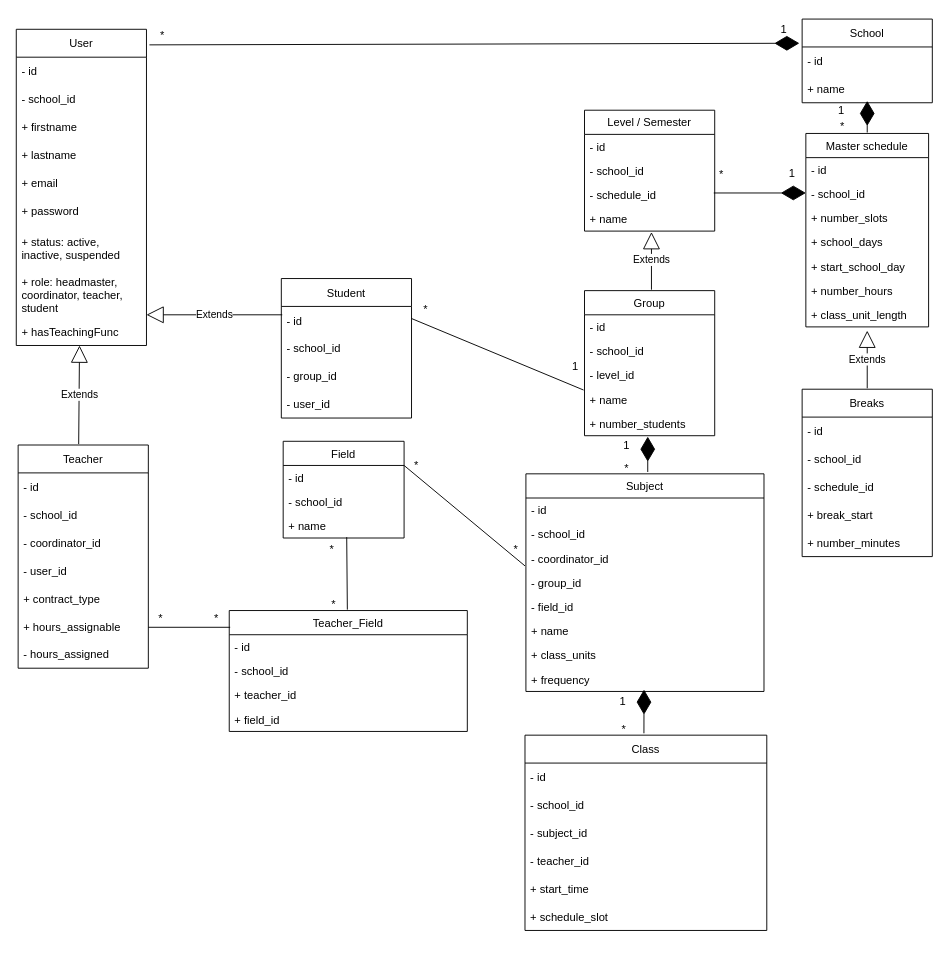
Above: stages/3_Design/entities/entities_UML.drawio in JeromeVargas/schedule_maker (draw.io), before the change. Source tidied: cells renumbered, new cells numbered last; positions are measured from the earlier drawing's top-left corner, leaving out a move shared by most shapes. Both pictures are drawn from the tidied source at 93%, with x=0, y=0 at pixel (16, 16).
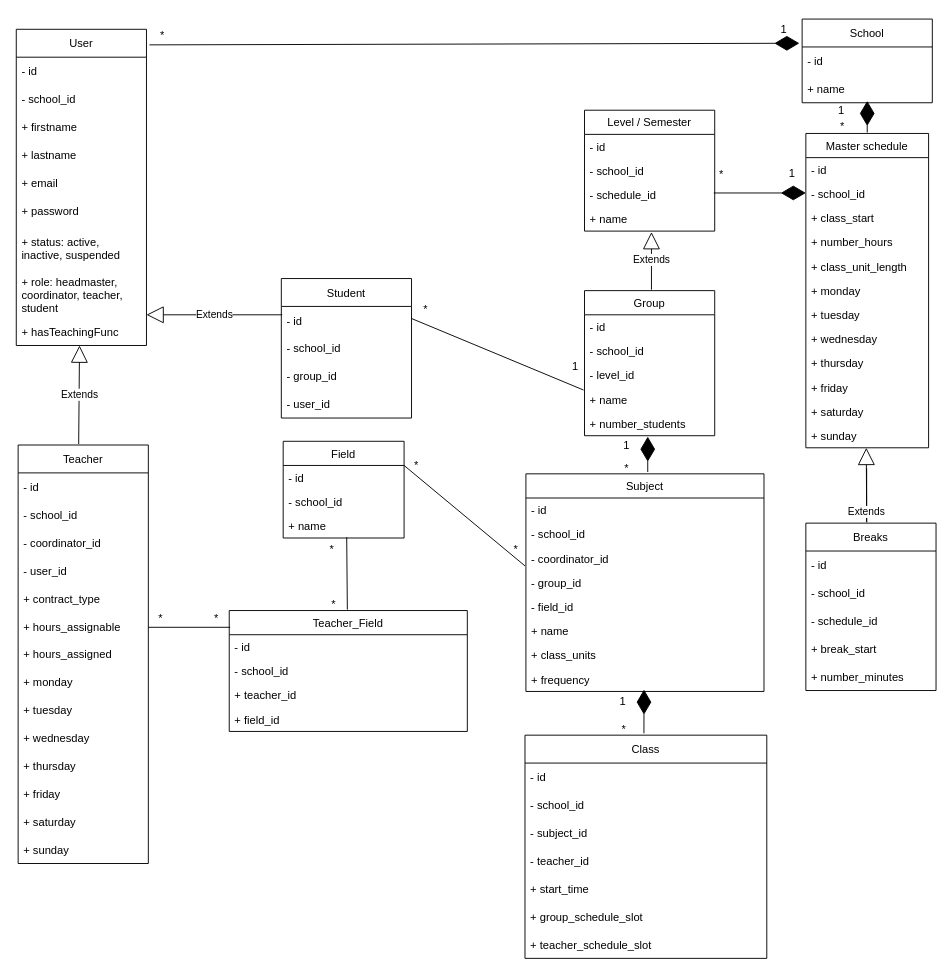
The same diagram, later.

Diff of the diagram source:
```diff
@@
     <mxCell id="16" value="Master schedule" style="swimlane;fontStyle=0;horizontal=1;startSize=26;fillColor=none;" parent="1" vertex="1">
-      <mxGeometry x="849" y="126" width="132" height="208" as="geometry" />
+      <mxGeometry x="849" y="126" width="132" height="338" as="geometry" />
     </mxCell>
@@
-    <mxCell id="19" value="+ number_slots" style="text;strokeColor=none;fillColor=none;align=left;verticalAlign=top;spacingLeft=4;spacingRight=4;overflow=hidden;" parent="16" vertex="1">
+    <mxCell id="19" value="+ class_start" style="text;strokeColor=none;fillColor=none;align=left;verticalAlign=top;spacingLeft=4;spacingRight=4;overflow=hidden;" parent="16" vertex="1">
       <mxGeometry y="78" width="132" height="26" as="geometry" />
     </mxCell>
-    <mxCell id="20" value="+ school_days" style="text;strokeColor=none;fillColor=none;align=left;verticalAlign=top;spacingLeft=4;spacingRight=4;overflow=hidden;" parent="16" vertex="1">
-      <mxGeometry y="104" width="132" height="26" as="geometry" />
-    </mxCell>
-    <mxCell id="21" value="+ start_school_day" style="text;strokeColor=none;fillColor=none;align=left;verticalAlign=top;spacingLeft=4;spacingRight=4;overflow=hidden;" parent="16" vertex="1">
-      <mxGeometry y="130" width="132" height="26" as="geometry" />
-    </mxCell>
     <mxCell id="22" value="+ number_hours" style="text;strokeColor=none;fillColor=none;align=left;verticalAlign=top;spacingLeft=4;spacingRight=4;overflow=hidden;" parent="16" vertex="1">
-      <mxGeometry y="156" width="132" height="26" as="geometry" />
+      <mxGeometry y="104" width="132" height="26" as="geometry" />
     </mxCell>
     <mxCell id="23" value="+ class_unit_length" style="text;strokeColor=none;fillColor=none;align=left;verticalAlign=top;spacingLeft=4;spacingRight=4;overflow=hidden;" parent="16" vertex="1">
-      <mxGeometry y="182" width="132" height="26" as="geometry" />
+      <mxGeometry y="130" width="132" height="26" as="geometry" />
     </mxCell>
+    <mxCell id="21" value="+ monday&#10;" style="text;strokeColor=none;fillColor=none;align=left;verticalAlign=top;spacingLeft=4;spacingRight=4;overflow=hidden;" parent="16" vertex="1">
+      <mxGeometry y="156" width="132" height="26" as="geometry" />
+    </mxCell>
+    <mxCell id="109" value="+ tuesday&#10;" style="text;strokeColor=none;fillColor=none;align=left;verticalAlign=top;spacingLeft=4;spacingRight=4;overflow=hidden;" parent="16" vertex="1">
+      <mxGeometry y="182" width="132" height="26" as="geometry" />
+    </mxCell>
+    <mxCell id="110" value="+ wednesday&#10;" style="text;strokeColor=none;fillColor=none;align=left;verticalAlign=top;spacingLeft=4;spacingRight=4;overflow=hidden;" parent="16" vertex="1">
+      <mxGeometry y="208" width="132" height="26" as="geometry" />
+    </mxCell>
+    <mxCell id="111" value="+ thursday&#10;" style="text;strokeColor=none;fillColor=none;align=left;verticalAlign=top;spacingLeft=4;spacingRight=4;overflow=hidden;" parent="16" vertex="1">
+      <mxGeometry y="234" width="132" height="26" as="geometry" />
+    </mxCell>
+    <mxCell id="112" value="+ friday&#10;" style="text;strokeColor=none;fillColor=none;align=left;verticalAlign=top;spacingLeft=4;spacingRight=4;overflow=hidden;" parent="16" vertex="1">
+      <mxGeometry y="260" width="132" height="26" as="geometry" />
+    </mxCell>
+    <mxCell id="113" value="+ saturday&#10;" style="text;strokeColor=none;fillColor=none;align=left;verticalAlign=top;spacingLeft=4;spacingRight=4;overflow=hidden;" parent="16" vertex="1">
+      <mxGeometry y="286" width="132" height="26" as="geometry" />
+    </mxCell>
+    <mxCell id="114" value="+ sunday&#10;" style="text;strokeColor=none;fillColor=none;align=left;verticalAlign=top;spacingLeft=4;spacingRight=4;overflow=hidden;" parent="16" vertex="1">
+      <mxGeometry y="312" width="132" height="26" as="geometry" />
+    </mxCell>
     <mxCell id="24" value="Breaks" style="swimlane;fontStyle=0;horizontal=1;startSize=30;" parent="1" vertex="1">
-      <mxGeometry x="845" y="401" width="140" height="180" as="geometry" />
+      <mxGeometry x="849" y="545" width="140" height="180" as="geometry" />
     </mxCell>
@@
     <mxCell id="44" value="Class" style="swimlane;fontStyle=0;horizontal=1;startSize=30;" parent="1" vertex="1">
-      <mxGeometry x="547" y="773" width="260" height="210" as="geometry" />
+      <mxGeometry x="547" y="773" width="260" height="240" as="geometry" />
     </mxCell>
@@
+    <mxCell id="115" value="+ group_schedule_slot" style="text;strokeColor=none;fillColor=none;align=left;verticalAlign=middle;spacingLeft=4;spacingRight=4;overflow=hidden;" parent="44" vertex="1">
+      <mxGeometry y="180" width="260" height="30" as="geometry" />
+    </mxCell>
-    <mxCell id="50" value="+ schedule_slot" style="text;strokeColor=none;fillColor=none;align=left;verticalAlign=middle;spacingLeft=4;spacingRight=4;overflow=hidden;" parent="44" vertex="1">
-      <mxGeometry y="180" width="260" height="30" as="geometry" />
+    <mxCell id="50" value="+ teacher_schedule_slot" style="text;strokeColor=none;fillColor=none;align=left;verticalAlign=middle;spacingLeft=4;spacingRight=4;overflow=hidden;" parent="44" vertex="1">
+      <mxGeometry y="210" width="260" height="30" as="geometry" />
     </mxCell>
     <mxCell id="51" value="Teacher" style="swimlane;fontStyle=0;horizontal=1;startSize=30;" parent="1" vertex="1">
-      <mxGeometry x="2" y="461" width="140" height="240" as="geometry" />
+      <mxGeometry x="2" y="461" width="140" height="450" as="geometry" />
     </mxCell>
@@
-    <mxCell id="58" value="- hours_assigned" style="text;strokeColor=none;fillColor=none;align=left;verticalAlign=middle;spacingLeft=4;spacingRight=4;overflow=hidden;" parent="51" vertex="1">
+    <mxCell id="58" value="+ hours_assigned" style="text;strokeColor=none;fillColor=none;align=left;verticalAlign=middle;spacingLeft=4;spacingRight=4;overflow=hidden;" parent="51" vertex="1">
       <mxGeometry y="210" width="140" height="30" as="geometry" />
     </mxCell>
+    <mxCell id="116" value="+ monday" style="text;strokeColor=none;fillColor=none;align=left;verticalAlign=middle;spacingLeft=4;spacingRight=4;overflow=hidden;" parent="51" vertex="1">
+      <mxGeometry y="240" width="140" height="30" as="geometry" />
+    </mxCell>
+    <mxCell id="117" value="+ tuesday" style="text;strokeColor=none;fillColor=none;align=left;verticalAlign=middle;spacingLeft=4;spacingRight=4;overflow=hidden;" parent="51" vertex="1">
+      <mxGeometry y="270" width="140" height="30" as="geometry" />
+    </mxCell>
+    <mxCell id="118" value="+ wednesday" style="text;strokeColor=none;fillColor=none;align=left;verticalAlign=middle;spacingLeft=4;spacingRight=4;overflow=hidden;" parent="51" vertex="1">
+      <mxGeometry y="300" width="140" height="30" as="geometry" />
+    </mxCell>
+    <mxCell id="119" value="+ thursday" style="text;strokeColor=none;fillColor=none;align=left;verticalAlign=middle;spacingLeft=4;spacingRight=4;overflow=hidden;" parent="51" vertex="1">
+      <mxGeometry y="330" width="140" height="30" as="geometry" />
+    </mxCell>
+    <mxCell id="120" value="+ friday" style="text;strokeColor=none;fillColor=none;align=left;verticalAlign=middle;spacingLeft=4;spacingRight=4;overflow=hidden;" parent="51" vertex="1">
+      <mxGeometry y="360" width="140" height="30" as="geometry" />
+    </mxCell>
+    <mxCell id="121" value="+ saturday" style="text;strokeColor=none;fillColor=none;align=left;verticalAlign=middle;spacingLeft=4;spacingRight=4;overflow=hidden;" parent="51" vertex="1">
+      <mxGeometry y="390" width="140" height="30" as="geometry" />
+    </mxCell>
+    <mxCell id="122" value="+ sunday" style="text;strokeColor=none;fillColor=none;align=left;verticalAlign=middle;spacingLeft=4;spacingRight=4;overflow=hidden;" parent="51" vertex="1">
+      <mxGeometry y="420" width="140" height="30" as="geometry" />
+    </mxCell>
@@
-    <mxCell id="71" value="Extends" style="endArrow=block;endSize=16;endFill=0;html=1;rounded=0;exitX=0.5;exitY=0;exitDx=0;exitDy=0;entryX=0.5;entryY=1.115;entryDx=0;entryDy=0;entryPerimeter=0;" parent="1" edge="1">
+    <mxCell id="71" value="Extends" style="endArrow=block;endSize=16;endFill=0;html=1;rounded=0;exitX=0.5;exitY=0;exitDx=0;exitDy=0;" parent="1" edge="1">
       <mxGeometry relative="1" as="geometry">
-        <mxPoint x="915" y="400" as="sourcePoint" />
-        <mxPoint x="915" y="338" as="targetPoint" />
+        <mxPoint x="914.4" y="486" as="sourcePoint" />
+        <mxPoint x="914" y="464" as="targetPoint" />
+        <Array as="points">
+          <mxPoint x="914.4" y="544" />
+        </Array>
       </mxGeometry>
     </mxCell>
```
